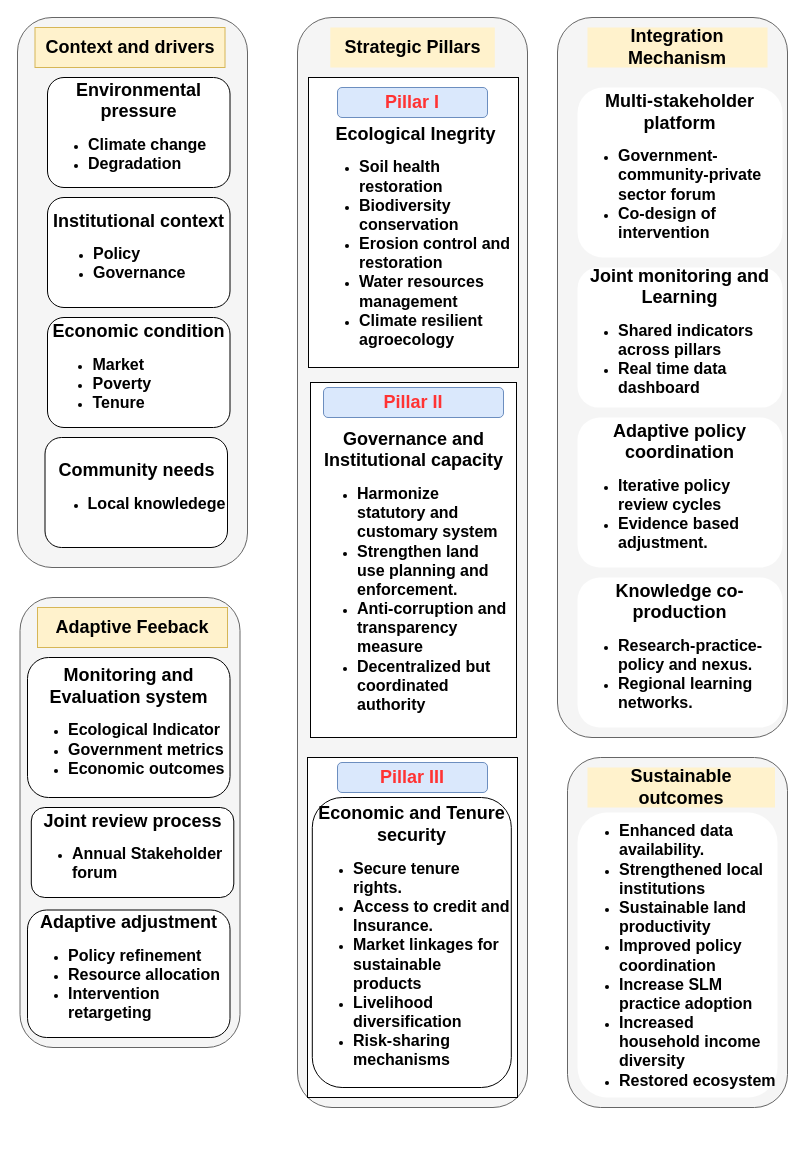
Earlier version of the draw.io diagram comprehensiveflow.drawio (yemioke/PRISMA2020). Source tidied: cells renumbered, new cells numbered last; positions are measured from the earlier drawing's top-left corner, leaving out a move shared by most shapes. Both pictures are drawn from the tidied source at 100%, with x=0, y=0 at pixel (17, 17).
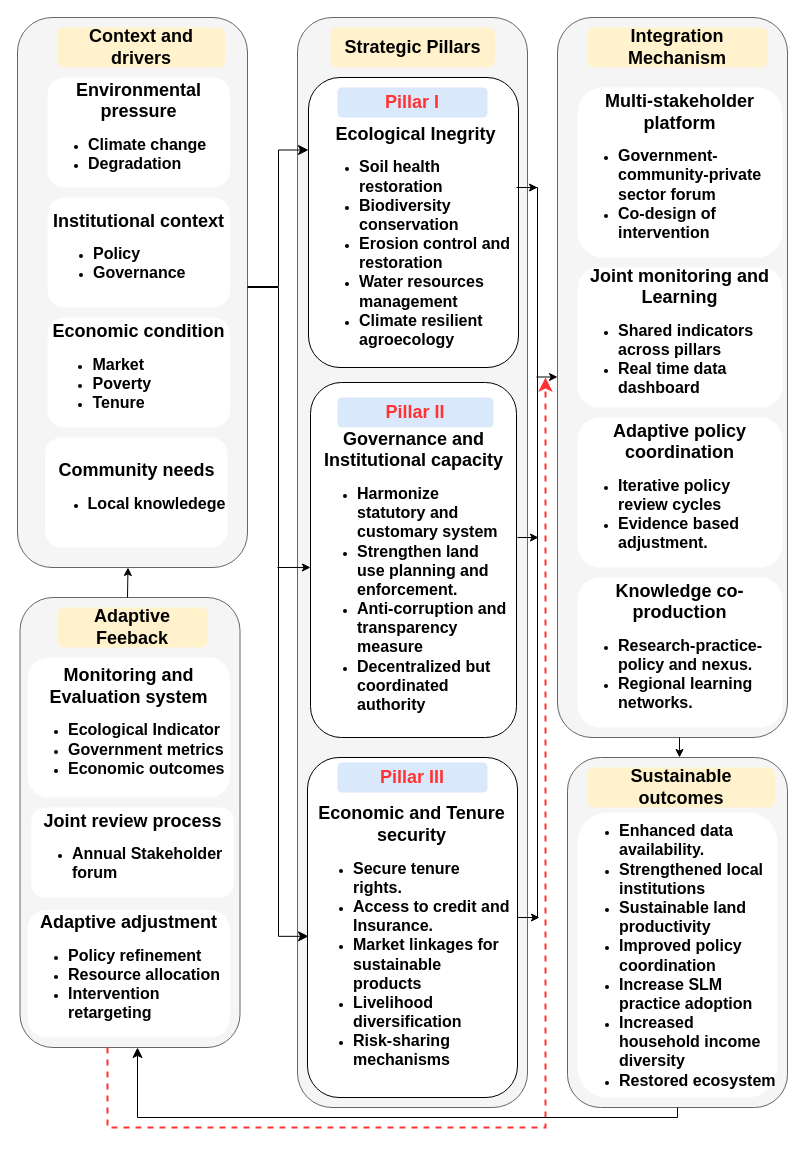
The same diagram, later.

Unchanged cells that the change refers to:
```xml
<mxCell id="2" style="rounded=1;whiteSpace=wrap;html=1;fillColor=#f5f5f5;fontColor=#333333;strokeColor=#666666;" parent="1" vertex="1">
  <mxGeometry width="230" height="550" as="geometry" />
</mxCell>
<mxCell id="18" style="rounded=1;whiteSpace=wrap;html=1;fillColor=#f5f5f5;fontColor=#333333;strokeColor=#666666;" parent="1" vertex="1">
  <mxGeometry x="550" y="740" width="220" height="350" as="geometry" />
</mxCell>
```

Change to the diagram source:
```diff
@@
-    <mxCell id="5" value="&lt;font style=&quot;font-size: 18px;&quot;&gt;&lt;b&gt;Context and drivers&lt;/b&gt;&lt;/font&gt;" style="rounded=0;whiteSpace=wrap;html=1;fillColor=#fff2cc;strokeColor=#d6b656;" parent="1" vertex="1">
-      <mxGeometry x="17.5" y="10" width="190" height="40" as="geometry" />
+    <mxCell id="5" value="&lt;font style=&quot;font-size: 18px;&quot;&gt;&lt;b&gt;Context and drivers&lt;/b&gt;&lt;/font&gt;" style="rounded=1;whiteSpace=wrap;html=1;fillColor=#fff2cc;strokeColor=none;" parent="1" vertex="1">
+      <mxGeometry x="40" y="10" width="167.5" height="40" as="geometry" />
     </mxCell>
-    <mxCell id="6" value="&lt;font style=&quot;font-size: 18px;&quot;&gt;&lt;b&gt;Strategic Pillars&lt;/b&gt;&lt;/font&gt;" style="rounded=0;whiteSpace=wrap;html=1;fillColor=#fff2cc;strokeColor=none;" parent="1" vertex="1">
+    <mxCell id="6" value="&lt;font style=&quot;font-size: 18px;&quot;&gt;&lt;b&gt;Strategic Pillars&lt;/b&gt;&lt;/font&gt;" style="rounded=1;whiteSpace=wrap;html=1;fillColor=#fff2cc;strokeColor=none;" parent="1" vertex="1">
       <mxGeometry x="312.8" y="10" width="164.5" height="40" as="geometry" />
     </mxCell>
-    <mxCell id="7" value="&lt;br&gt;&lt;div&gt;&lt;div&gt;&lt;div&gt;&lt;div&gt;&lt;br&gt;&lt;/div&gt;&lt;/div&gt;&lt;/div&gt;&lt;/div&gt;" style="rounded=0;whiteSpace=wrap;html=1;" parent="1" vertex="1">
+    <mxCell id="7" value="&lt;br&gt;&lt;div&gt;&lt;div&gt;&lt;div&gt;&lt;div&gt;&lt;br&gt;&lt;/div&gt;&lt;/div&gt;&lt;/div&gt;&lt;/div&gt;" style="rounded=1;whiteSpace=wrap;html=1;" parent="1" vertex="1">
       <mxGeometry x="291" y="60" width="210" height="290" as="geometry" />
     </mxCell>
-    <mxCell id="8" value="&lt;font style=&quot;color: rgb(255, 51, 51); font-size: 18px;&quot;&gt;&lt;b style=&quot;&quot;&gt;Pillar I&lt;/b&gt;&lt;/font&gt;" style="rounded=1;whiteSpace=wrap;html=1;strokeColor=#6c8ebf;fillColor=#dae8fc;" parent="1" vertex="1">
+    <mxCell id="8" value="&lt;font style=&quot;color: rgb(255, 51, 51); font-size: 18px;&quot;&gt;&lt;b style=&quot;&quot;&gt;Pillar I&lt;/b&gt;&lt;/font&gt;" style="rounded=1;whiteSpace=wrap;html=1;strokeColor=none;fillColor=#dae8fc;" parent="1" vertex="1">
       <mxGeometry x="320" y="70" width="150" height="30" as="geometry" />
     </mxCell>
-    <mxCell id="9" value="&lt;br&gt;&lt;div&gt;&lt;div&gt;&lt;div&gt;&lt;div&gt;&lt;br&gt;&lt;/div&gt;&lt;/div&gt;&lt;/div&gt;&lt;/div&gt;" style="rounded=0;whiteSpace=wrap;html=1;" parent="1" vertex="1">
+    <mxCell id="9" value="&lt;br&gt;&lt;div&gt;&lt;div&gt;&lt;div&gt;&lt;div&gt;&lt;br&gt;&lt;/div&gt;&lt;/div&gt;&lt;/div&gt;&lt;/div&gt;" style="rounded=1;whiteSpace=wrap;html=1;" parent="1" vertex="1">
       <mxGeometry x="293" y="365" width="206" height="355" as="geometry" />
     </mxCell>
-    <mxCell id="10" value="&lt;br&gt;&lt;div&gt;&lt;div&gt;&lt;div&gt;&lt;div&gt;&lt;br&gt;&lt;/div&gt;&lt;/div&gt;&lt;/div&gt;&lt;/div&gt;" style="rounded=0;whiteSpace=wrap;html=1;" parent="1" vertex="1">
+    <mxCell id="10" value="&lt;br&gt;&lt;div&gt;&lt;div&gt;&lt;div&gt;&lt;div&gt;&lt;br&gt;&lt;/div&gt;&lt;/div&gt;&lt;/div&gt;&lt;/div&gt;" style="rounded=1;whiteSpace=wrap;html=1;" parent="1" vertex="1">
       <mxGeometry x="290" y="740" width="210" height="340" as="geometry" />
     </mxCell>
-    <mxCell id="11" value="&lt;font style=&quot;font-size: 18px; color: rgb(255, 51, 51);&quot;&gt;&lt;b style=&quot;&quot;&gt;Pillar II&lt;/b&gt;&lt;/font&gt;" style="rounded=1;whiteSpace=wrap;html=1;strokeColor=#6c8ebf;fillColor=#dae8fc;" parent="1" vertex="1">
-      <mxGeometry x="306" y="370" width="180" height="30" as="geometry" />
+    <mxCell id="11" value="&lt;font style=&quot;font-size: 18px; color: rgb(255, 51, 51);&quot;&gt;&lt;b style=&quot;&quot;&gt;Pillar II&lt;/b&gt;&lt;/font&gt;" style="rounded=1;whiteSpace=wrap;html=1;strokeColor=none;fillColor=#dae8fc;" parent="1" vertex="1">
+      <mxGeometry x="320" y="380" width="156" height="30" as="geometry" />
     </mxCell>
-    <mxCell id="12" value="&lt;font style=&quot;font-size: 18px; color: rgb(255, 51, 51);&quot;&gt;&lt;b style=&quot;&quot;&gt;Pillar III&lt;/b&gt;&lt;/font&gt;" style="rounded=1;whiteSpace=wrap;html=1;fillColor=#dae8fc;strokeColor=#6c8ebf;" parent="1" vertex="1">
+    <mxCell id="12" value="&lt;font style=&quot;font-size: 18px; color: rgb(255, 51, 51);&quot;&gt;&lt;b style=&quot;&quot;&gt;Pillar III&lt;/b&gt;&lt;/font&gt;" style="rounded=1;whiteSpace=wrap;html=1;fillColor=#dae8fc;strokeColor=none;" parent="1" vertex="1">
       <mxGeometry x="320" y="745" width="150" height="30" as="geometry" />
     </mxCell>
-    <mxCell id="13" value="&lt;font style=&quot;font-size: 18px;&quot;&gt;&lt;b&gt;Integration Mechanism&lt;/b&gt;&lt;/font&gt;" style="rounded=0;whiteSpace=wrap;html=1;fillColor=#fff2cc;strokeColor=none;" parent="1" vertex="1">
+    <mxCell id="13" value="&lt;font style=&quot;font-size: 18px;&quot;&gt;&lt;b&gt;Integration Mechanism&lt;/b&gt;&lt;/font&gt;" style="rounded=1;whiteSpace=wrap;html=1;fillColor=#fff2cc;strokeColor=none;" parent="1" vertex="1">
       <mxGeometry x="570" y="10" width="180" height="40" as="geometry" />
     </mxCell>
@@
-    <mxCell id="19" value="&lt;font style=&quot;font-size: 18px;&quot;&gt;&lt;b&gt;Sustainable outcomes&lt;/b&gt;&lt;/font&gt;" style="rounded=0;whiteSpace=wrap;html=1;fillColor=#fff2cc;strokeColor=none;" parent="1" vertex="1">
+    <mxCell id="19" value="&lt;font style=&quot;font-size: 18px;&quot;&gt;&lt;b&gt;Sustainable outcomes&lt;/b&gt;&lt;/font&gt;" style="rounded=1;whiteSpace=wrap;html=1;fillColor=#fff2cc;strokeColor=none;" parent="1" vertex="1">
       <mxGeometry x="570" y="750" width="187.5" height="40" as="geometry" />
     </mxCell>
@@
-    <mxCell id="21" value="&lt;font style=&quot;font-size: 18px;&quot;&gt;&lt;b style=&quot;&quot;&gt;Environmental pressure&lt;/b&gt;&lt;/font&gt;&lt;div&gt;&lt;ul style=&quot;text-align: left;&quot;&gt;&lt;li&gt;&lt;span style=&quot;font-size: 16px;&quot;&gt;&lt;b&gt;Climate change&lt;/b&gt;&lt;/span&gt;&lt;/li&gt;&lt;li&gt;&lt;span style=&quot;font-size: 16px;&quot;&gt;&lt;b&gt;Degradation&lt;/b&gt;&lt;/span&gt;&lt;/li&gt;&lt;/ul&gt;&lt;/div&gt;" style="rounded=1;whiteSpace=wrap;html=1;" parent="1" vertex="1">
+    <mxCell id="21" value="&lt;font style=&quot;font-size: 18px;&quot;&gt;&lt;b style=&quot;&quot;&gt;Environmental pressure&lt;/b&gt;&lt;/font&gt;&lt;div&gt;&lt;ul style=&quot;text-align: left;&quot;&gt;&lt;li&gt;&lt;span style=&quot;font-size: 16px;&quot;&gt;&lt;b&gt;Climate change&lt;/b&gt;&lt;/span&gt;&lt;/li&gt;&lt;li&gt;&lt;span style=&quot;font-size: 16px;&quot;&gt;&lt;b&gt;Degradation&lt;/b&gt;&lt;/span&gt;&lt;/li&gt;&lt;/ul&gt;&lt;/div&gt;" style="rounded=1;whiteSpace=wrap;html=1;strokeColor=none;" parent="1" vertex="1">
       <mxGeometry x="30" y="60" width="182.5" height="110" as="geometry" />
     </mxCell>
-    <mxCell id="22" value="&lt;span style=&quot;font-size: 18px;&quot;&gt;&lt;b&gt;Institutional context&lt;/b&gt;&lt;/span&gt;&lt;br&gt;&lt;div&gt;&lt;ul style=&quot;text-align: left;&quot;&gt;&lt;li&gt;&lt;span style=&quot;font-size: 16px;&quot;&gt;&lt;b&gt;Policy&lt;/b&gt;&lt;/span&gt;&lt;/li&gt;&lt;li&gt;&lt;span style=&quot;font-size: 16px;&quot;&gt;&lt;b&gt;Governance&lt;/b&gt;&lt;/span&gt;&lt;/li&gt;&lt;/ul&gt;&lt;/div&gt;" style="rounded=1;whiteSpace=wrap;html=1;" parent="1" vertex="1">
+    <mxCell id="22" value="&lt;span style=&quot;font-size: 18px;&quot;&gt;&lt;b&gt;Institutional context&lt;/b&gt;&lt;/span&gt;&lt;br&gt;&lt;div&gt;&lt;ul style=&quot;text-align: left;&quot;&gt;&lt;li&gt;&lt;span style=&quot;font-size: 16px;&quot;&gt;&lt;b&gt;Policy&lt;/b&gt;&lt;/span&gt;&lt;/li&gt;&lt;li&gt;&lt;span style=&quot;font-size: 16px;&quot;&gt;&lt;b&gt;Governance&lt;/b&gt;&lt;/span&gt;&lt;/li&gt;&lt;/ul&gt;&lt;/div&gt;" style="rounded=1;whiteSpace=wrap;html=1;strokeColor=none;" parent="1" vertex="1">
       <mxGeometry x="30" y="180" width="182.5" height="110" as="geometry" />
     </mxCell>
-    <mxCell id="23" value="&lt;span style=&quot;font-size: 18px;&quot;&gt;&lt;b&gt;Economic condition&lt;/b&gt;&lt;/span&gt;&lt;br&gt;&lt;div&gt;&lt;ul style=&quot;text-align: left;&quot;&gt;&lt;li&gt;&lt;span style=&quot;font-size: 16px;&quot;&gt;&lt;b&gt;Market&lt;/b&gt;&lt;/span&gt;&lt;/li&gt;&lt;li&gt;&lt;span style=&quot;font-size: 16px;&quot;&gt;&lt;b&gt;Poverty&lt;/b&gt;&lt;/span&gt;&lt;/li&gt;&lt;li&gt;&lt;span style=&quot;font-size: 16px;&quot;&gt;&lt;b&gt;Tenure&lt;/b&gt;&lt;/span&gt;&lt;/li&gt;&lt;/ul&gt;&lt;/div&gt;" style="rounded=1;whiteSpace=wrap;html=1;" parent="1" vertex="1">
+    <mxCell id="23" value="&lt;span style=&quot;font-size: 18px;&quot;&gt;&lt;b&gt;Economic condition&lt;/b&gt;&lt;/span&gt;&lt;br&gt;&lt;div&gt;&lt;ul style=&quot;text-align: left;&quot;&gt;&lt;li&gt;&lt;span style=&quot;font-size: 16px;&quot;&gt;&lt;b&gt;Market&lt;/b&gt;&lt;/span&gt;&lt;/li&gt;&lt;li&gt;&lt;span style=&quot;font-size: 16px;&quot;&gt;&lt;b&gt;Poverty&lt;/b&gt;&lt;/span&gt;&lt;/li&gt;&lt;li&gt;&lt;span style=&quot;font-size: 16px;&quot;&gt;&lt;b&gt;Tenure&lt;/b&gt;&lt;/span&gt;&lt;/li&gt;&lt;/ul&gt;&lt;/div&gt;" style="rounded=1;whiteSpace=wrap;html=1;strokeColor=none;" parent="1" vertex="1">
       <mxGeometry x="30" y="300" width="182.5" height="110" as="geometry" />
     </mxCell>
-    <mxCell id="24" value="&lt;span style=&quot;font-size: 18px;&quot;&gt;&lt;b&gt;Community needs&lt;/b&gt;&lt;/span&gt;&lt;br&gt;&lt;div&gt;&lt;ul style=&quot;text-align: left;&quot;&gt;&lt;li&gt;&lt;span style=&quot;font-size: 16px;&quot;&gt;&lt;b&gt;Local knowledege&lt;/b&gt;&lt;/span&gt;&lt;/li&gt;&lt;/ul&gt;&lt;/div&gt;" style="rounded=1;whiteSpace=wrap;html=1;" parent="1" vertex="1">
+    <mxCell id="24" value="&lt;span style=&quot;font-size: 18px;&quot;&gt;&lt;b&gt;Community needs&lt;/b&gt;&lt;/span&gt;&lt;br&gt;&lt;div&gt;&lt;ul style=&quot;text-align: left;&quot;&gt;&lt;li&gt;&lt;span style=&quot;font-size: 16px;&quot;&gt;&lt;b&gt;Local knowledege&lt;/b&gt;&lt;/span&gt;&lt;/li&gt;&lt;/ul&gt;&lt;/div&gt;" style="rounded=1;whiteSpace=wrap;html=1;strokeColor=none;" parent="1" vertex="1">
       <mxGeometry x="27.5" y="420" width="182.5" height="110" as="geometry" />
     </mxCell>
@@
-    <mxCell id="26" value="&lt;font style=&quot;font-size: 18px;&quot;&gt;&lt;b&gt;Adaptive Feeback&lt;/b&gt;&lt;/font&gt;" style="rounded=0;whiteSpace=wrap;html=1;fillColor=#fff2cc;strokeColor=#d6b656;" parent="1" vertex="1">
-      <mxGeometry x="20" y="590" width="190" height="40" as="geometry" />
+    <mxCell id="26" value="&lt;font style=&quot;font-size: 18px;&quot;&gt;&lt;b&gt;Adaptive Feeback&lt;/b&gt;&lt;/font&gt;" style="rounded=1;whiteSpace=wrap;html=1;fillColor=#fff2cc;strokeColor=none;" parent="1" vertex="1">
+      <mxGeometry x="40" y="590" width="150" height="40" as="geometry" />
     </mxCell>
-    <mxCell id="27" value="&lt;span style=&quot;font-size: 18px;&quot;&gt;&lt;b&gt;Monitoring and Evaluation system&lt;/b&gt;&lt;/span&gt;&lt;br&gt;&lt;div&gt;&lt;ul style=&quot;text-align: left;&quot;&gt;&lt;li&gt;&lt;span style=&quot;font-size: 16px;&quot;&gt;&lt;b&gt;Ecological Indicator&lt;/b&gt;&lt;/span&gt;&lt;/li&gt;&lt;li&gt;&lt;span style=&quot;font-size: 16px;&quot;&gt;&lt;b&gt;Government metrics&lt;/b&gt;&lt;/span&gt;&lt;/li&gt;&lt;li&gt;&lt;span style=&quot;font-size: 16px;&quot;&gt;&lt;b&gt;Economic outcomes&lt;/b&gt;&lt;/span&gt;&lt;/li&gt;&lt;/ul&gt;&lt;/div&gt;" style="rounded=1;whiteSpace=wrap;html=1;" parent="1" vertex="1">
+    <mxCell id="27" value="&lt;span style=&quot;font-size: 18px;&quot;&gt;&lt;b&gt;Monitoring and Evaluation system&lt;/b&gt;&lt;/span&gt;&lt;br&gt;&lt;div&gt;&lt;ul style=&quot;text-align: left;&quot;&gt;&lt;li&gt;&lt;span style=&quot;font-size: 16px;&quot;&gt;&lt;b&gt;Ecological Indicator&lt;/b&gt;&lt;/span&gt;&lt;/li&gt;&lt;li&gt;&lt;span style=&quot;font-size: 16px;&quot;&gt;&lt;b&gt;Government metrics&lt;/b&gt;&lt;/span&gt;&lt;/li&gt;&lt;li&gt;&lt;span style=&quot;font-size: 16px;&quot;&gt;&lt;b&gt;Economic outcomes&lt;/b&gt;&lt;/span&gt;&lt;/li&gt;&lt;/ul&gt;&lt;/div&gt;" style="rounded=1;whiteSpace=wrap;html=1;strokeColor=none;" parent="1" vertex="1">
       <mxGeometry x="10" y="640" width="202.5" height="140" as="geometry" />
     </mxCell>
-    <mxCell id="28" value="&lt;span style=&quot;font-size: 18px;&quot;&gt;&lt;b&gt;Joint review process&lt;/b&gt;&lt;/span&gt;&lt;br&gt;&lt;div&gt;&lt;ul style=&quot;text-align: left;&quot;&gt;&lt;li&gt;&lt;span style=&quot;font-size: 16px;&quot;&gt;&lt;b&gt;Annual Stakeholder forum&lt;/b&gt;&lt;/span&gt;&lt;/li&gt;&lt;/ul&gt;&lt;/div&gt;" style="rounded=1;whiteSpace=wrap;html=1;" parent="1" vertex="1">
+    <mxCell id="28" value="&lt;span style=&quot;font-size: 18px;&quot;&gt;&lt;b&gt;Joint review process&lt;/b&gt;&lt;/span&gt;&lt;br&gt;&lt;div&gt;&lt;ul style=&quot;text-align: left;&quot;&gt;&lt;li&gt;&lt;span style=&quot;font-size: 16px;&quot;&gt;&lt;b&gt;Annual Stakeholder forum&lt;/b&gt;&lt;/span&gt;&lt;/li&gt;&lt;/ul&gt;&lt;/div&gt;" style="rounded=1;whiteSpace=wrap;html=1;strokeColor=none;" parent="1" vertex="1">
       <mxGeometry x="13.8" y="790" width="202.5" height="90" as="geometry" />
     </mxCell>
-    <mxCell id="29" value="&lt;span style=&quot;font-size: 18px;&quot;&gt;&lt;b&gt;Adaptive adjustment&lt;/b&gt;&lt;/span&gt;&lt;br&gt;&lt;div&gt;&lt;ul style=&quot;text-align: left;&quot;&gt;&lt;li&gt;&lt;span style=&quot;font-size: 16px;&quot;&gt;&lt;b&gt;Policy refinement&lt;/b&gt;&lt;/span&gt;&lt;/li&gt;&lt;li&gt;&lt;span style=&quot;font-size: 16px;&quot;&gt;&lt;b&gt;Resource allocation&lt;/b&gt;&lt;/span&gt;&lt;/li&gt;&lt;li&gt;&lt;span style=&quot;font-size: 16px;&quot;&gt;&lt;b&gt;Intervention retargeting&lt;/b&gt;&lt;/span&gt;&lt;/li&gt;&lt;/ul&gt;&lt;/div&gt;" style="rounded=1;whiteSpace=wrap;html=1;" parent="1" vertex="1">
+    <mxCell id="29" value="&lt;span style=&quot;font-size: 18px;&quot;&gt;&lt;b&gt;Adaptive adjustment&lt;/b&gt;&lt;/span&gt;&lt;br&gt;&lt;div&gt;&lt;ul style=&quot;text-align: left;&quot;&gt;&lt;li&gt;&lt;span style=&quot;font-size: 16px;&quot;&gt;&lt;b&gt;Policy refinement&lt;/b&gt;&lt;/span&gt;&lt;/li&gt;&lt;li&gt;&lt;span style=&quot;font-size: 16px;&quot;&gt;&lt;b&gt;Resource allocation&lt;/b&gt;&lt;/span&gt;&lt;/li&gt;&lt;li&gt;&lt;span style=&quot;font-size: 16px;&quot;&gt;&lt;b&gt;Intervention retargeting&lt;/b&gt;&lt;/span&gt;&lt;/li&gt;&lt;/ul&gt;&lt;/div&gt;" style="rounded=1;whiteSpace=wrap;html=1;strokeColor=none;" parent="1" vertex="1">
       <mxGeometry x="10" y="892.5" width="202.5" height="127.5" as="geometry" />
     </mxCell>
@@
-    <mxCell id="32" value="&lt;font style=&quot;font-size: 18px;&quot;&gt;&lt;b&gt;Economic and Tenure security&lt;/b&gt;&lt;/font&gt;&lt;div&gt;&lt;ul style=&quot;text-align: left;&quot;&gt;&lt;li&gt;&lt;font style=&quot;font-size: 16px;&quot;&gt;&lt;b&gt;Secure tenure rights.&lt;/b&gt;&lt;/font&gt;&lt;/li&gt;&lt;li&gt;&lt;font style=&quot;font-size: 16px;&quot;&gt;&lt;b&gt;Access to credit and Insurance.&amp;nbsp;&lt;/b&gt;&lt;/font&gt;&lt;/li&gt;&lt;li&gt;&lt;b style=&quot;background-color: transparent; color: light-dark(rgb(0, 0, 0), rgb(255, 255, 255)); font-size: 16px;&quot;&gt;Market linkages for sustainable products&lt;/b&gt;&lt;/li&gt;&lt;li&gt;&lt;b style=&quot;background-color: transparent; color: light-dark(rgb(0, 0, 0), rgb(255, 255, 255)); font-size: 16px;&quot;&gt;Livelihood diversification&lt;/b&gt;&lt;/li&gt;&lt;li&gt;&lt;b style=&quot;background-color: transparent; color: light-dark(rgb(0, 0, 0), rgb(255, 255, 255)); font-size: 16px;&quot;&gt;Risk-sharing mechanisms&lt;/b&gt;&lt;/li&gt;&lt;/ul&gt;&lt;/div&gt;" style="rounded=1;whiteSpace=wrap;html=1;" parent="1" vertex="1">
+    <mxCell id="32" value="&lt;font style=&quot;font-size: 18px;&quot;&gt;&lt;b&gt;Economic and Tenure security&lt;/b&gt;&lt;/font&gt;&lt;div&gt;&lt;ul style=&quot;text-align: left;&quot;&gt;&lt;li&gt;&lt;font style=&quot;font-size: 16px;&quot;&gt;&lt;b&gt;Secure tenure rights.&lt;/b&gt;&lt;/font&gt;&lt;/li&gt;&lt;li&gt;&lt;font style=&quot;font-size: 16px;&quot;&gt;&lt;b&gt;Access to credit and Insurance.&amp;nbsp;&lt;/b&gt;&lt;/font&gt;&lt;/li&gt;&lt;li&gt;&lt;b style=&quot;background-color: transparent; color: light-dark(rgb(0, 0, 0), rgb(255, 255, 255)); font-size: 16px;&quot;&gt;Market linkages for sustainable products&lt;/b&gt;&lt;/li&gt;&lt;li&gt;&lt;b style=&quot;background-color: transparent; color: light-dark(rgb(0, 0, 0), rgb(255, 255, 255)); font-size: 16px;&quot;&gt;Livelihood diversification&lt;/b&gt;&lt;/li&gt;&lt;li&gt;&lt;b style=&quot;background-color: transparent; color: light-dark(rgb(0, 0, 0), rgb(255, 255, 255)); font-size: 16px;&quot;&gt;Risk-sharing mechanisms&lt;/b&gt;&lt;/li&gt;&lt;/ul&gt;&lt;/div&gt;" style="rounded=1;whiteSpace=wrap;html=1;strokeColor=none;" parent="1" vertex="1">
       <mxGeometry x="294.8" y="780" width="199" height="290" as="geometry" />
     </mxCell>
+    <mxCell id="33" style="edgeStyle=elbowEdgeStyle;elbow=horizontal;endArrow=classic;html=1;curved=0;rounded=0;endSize=8;startSize=8;entryX=0.005;entryY=0.526;entryDx=0;entryDy=0;entryPerimeter=0;" parent="1" edge="1" target="10">
+      <mxGeometry relative="1" as="geometry">
+        <mxPoint x="230" y="270" as="sourcePoint" />
+      </mxGeometry>
+    </mxCell>
+    <mxCell id="34" style="edgeStyle=elbowEdgeStyle;elbow=horizontal;endArrow=classic;html=1;curved=0;rounded=0;endSize=8;startSize=8;entryX=0;entryY=0.25;entryDx=0;entryDy=0;" parent="1" edge="1" target="7">
+      <mxGeometry relative="1" as="geometry">
+        <mxPoint x="230" y="269" as="sourcePoint" />
+      </mxGeometry>
+    </mxCell>
+    <mxCell id="35" style="endArrow=classic;html=1;rounded=0;entryX=0;entryY=0.521;entryDx=0;entryDy=0;entryPerimeter=0;" parent="1" edge="1" target="9">
+      <mxGeometry relative="1" as="geometry">
+        <mxPoint x="260" y="550" as="sourcePoint" />
+      </mxGeometry>
+    </mxCell>
+    <mxCell id="36" style="shape=partialRectangle;whiteSpace=wrap;html=1;bottom=1;right=1;left=1;top=0;fillColor=none;routingCenterX=-0.5;rotation=-90;" parent="1" vertex="1">
+      <mxGeometry x="145" y="525" width="730" height="20" as="geometry" />
+    </mxCell>
+    <mxCell id="37" style="endArrow=classic;html=1;rounded=0;" parent="1" edge="1">
+      <mxGeometry relative="1" as="geometry">
+        <mxPoint x="500" y="520" as="sourcePoint" />
+        <mxPoint x="521" y="520" as="targetPoint" />
+      </mxGeometry>
+    </mxCell>
+    <mxCell id="38" style="endArrow=classic;html=1;rounded=0;" parent="1" edge="1">
+      <mxGeometry relative="1" as="geometry">
+        <mxPoint x="501" y="900" as="sourcePoint" />
+        <mxPoint x="522" y="900" as="targetPoint" />
+      </mxGeometry>
+    </mxCell>
+    <mxCell id="39" style="endArrow=classic;html=1;rounded=0;" parent="1" edge="1">
+      <mxGeometry relative="1" as="geometry">
+        <mxPoint x="499" y="170" as="sourcePoint" />
+        <mxPoint x="520" y="170" as="targetPoint" />
+      </mxGeometry>
+    </mxCell>
+    <mxCell id="40" style="endArrow=classic;html=1;rounded=0;" parent="1" edge="1">
+      <mxGeometry relative="1" as="geometry">
+        <mxPoint x="519" y="359.5" as="sourcePoint" />
+        <mxPoint x="540" y="359.5" as="targetPoint" />
+      </mxGeometry>
+    </mxCell>
+    <mxCell id="41" style="endArrow=classic;html=1;rounded=0;" parent="1" edge="1">
+      <mxGeometry relative="1" as="geometry">
+        <mxPoint x="662" y="720" as="sourcePoint" />
+        <mxPoint x="662" y="740" as="targetPoint" />
+      </mxGeometry>
+    </mxCell>
+    <mxCell id="42" style="endArrow=classic;html=1;rounded=0;" parent="1" edge="1" target="2">
+      <mxGeometry relative="1" as="geometry">
+        <mxPoint x="110" y="580" as="sourcePoint" />
+      </mxGeometry>
+    </mxCell>
+    <mxCell id="43" style="edgeStyle=elbowEdgeStyle;elbow=vertical;endArrow=classic;html=1;curved=0;rounded=0;endSize=8;startSize=8;exitX=0.5;exitY=1;exitDx=0;exitDy=0;dashed=1;strokeWidth=2;strokeColor=#FF3333;" parent="1" edge="1">
+      <mxGeometry relative="1" as="geometry">
+        <mxPoint x="90" y="1030" as="sourcePoint" />
+        <mxPoint x="528" y="360" as="targetPoint" />
+        <Array as="points">
+          <mxPoint x="327.5" y="1110" />
+        </Array>
+      </mxGeometry>
+    </mxCell>
+    <mxCell id="44" style="edgeStyle=elbowEdgeStyle;elbow=vertical;endArrow=classic;html=1;curved=0;rounded=0;endSize=8;startSize=8;exitX=0.5;exitY=1;exitDx=0;exitDy=0;" parent="1" edge="1" source="18">
+      <mxGeometry relative="1" as="geometry">
+        <mxPoint x="120" y="1030" as="targetPoint" />
+        <Array as="points">
+          <mxPoint x="390" y="1100" />
+        </Array>
+      </mxGeometry>
+    </mxCell>
```
